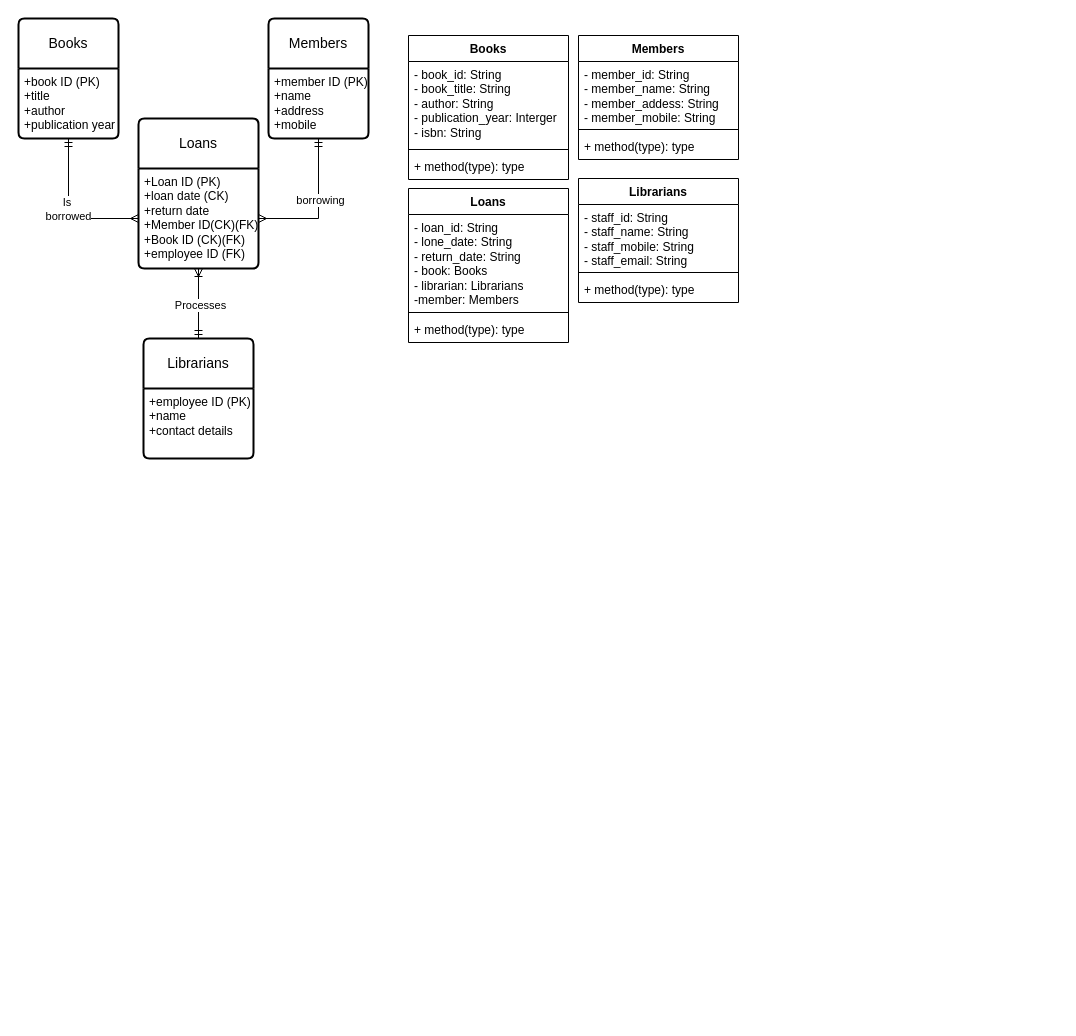
Earlier version of the draw.io diagram Library.drawio (GeorginaFox/at1). Source tidied: cells renumbered, new cells numbered last; positions are measured from the earlier drawing's top-left corner, leaving out a move shared by most shapes. Both pictures are drawn from the tidied source at 100%, with x=0, y=0 at pixel (18, 18).
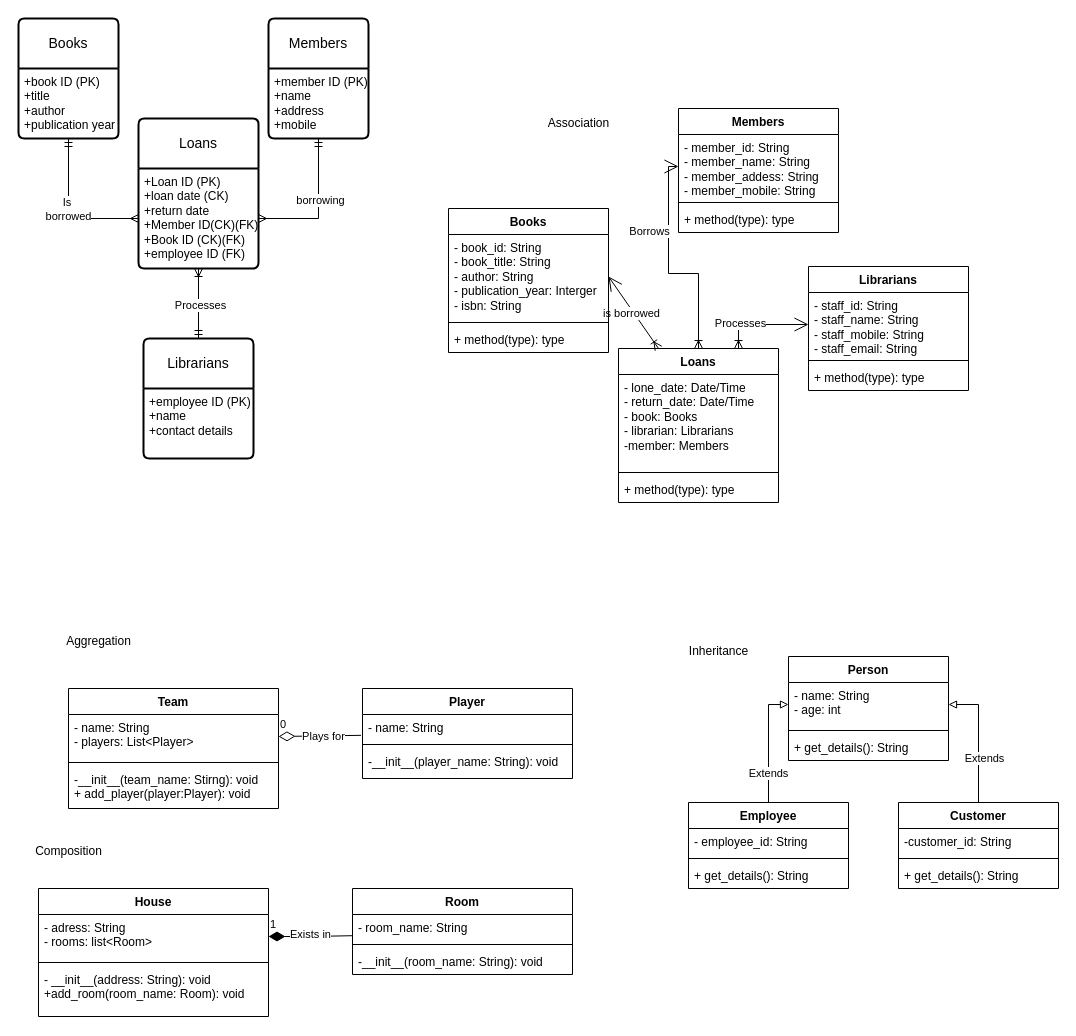
Above is the later version.

The change refers to these unchanged cells:
```xml
<mxCell id="17" value="- staff_id: String&amp;nbsp;&lt;div&gt;- staff_name: String&amp;nbsp;&lt;/div&gt;&lt;div&gt;- staff_mobile: String&lt;/div&gt;&lt;div&gt;- staff_email: String&lt;/div&gt;" style="text;strokeColor=none;fillColor=none;align=left;verticalAlign=top;spacingLeft=4;spacingRight=4;overflow=hidden;points=[[0,0.5],[1,0.5]];portConstraint=eastwest;whiteSpace=wrap;html=1;" parent="16" vertex="1">
  <mxGeometry y="26" width="160" height="64" as="geometry" />
</mxCell>
<mxCell id="25" value="- member_id: String&lt;div&gt;- member_name: String&lt;/div&gt;&lt;div&gt;- member_addess: String&lt;/div&gt;&lt;div&gt;- member_mobile: String&lt;/div&gt;" style="text;strokeColor=none;fillColor=none;align=left;verticalAlign=top;spacingLeft=4;spacingRight=4;overflow=hidden;points=[[0,0.5],[1,0.5]];portConstraint=eastwest;whiteSpace=wrap;html=1;" parent="24" vertex="1">
  <mxGeometry y="26" width="160" height="64" as="geometry" />
</mxCell>
<mxCell id="29" value="- book_id: String&lt;div&gt;- book_title: String&lt;/div&gt;&lt;div&gt;- author: String&lt;/div&gt;&lt;div&gt;- publication_year: Interger&lt;/div&gt;&lt;div&gt;- isbn: String&lt;/div&gt;" style="text;strokeColor=none;fillColor=none;align=left;verticalAlign=top;spacingLeft=4;spacingRight=4;overflow=hidden;points=[[0,0.5],[1,0.5]];portConstraint=eastwest;whiteSpace=wrap;html=1;" parent="28" vertex="1">
  <mxGeometry y="26" width="160" height="84" as="geometry" />
</mxCell>
```

Change to the diagram source:
```diff
@@
     <mxCell id="16" value="Librarians" style="swimlane;fontStyle=1;align=center;verticalAlign=top;horizontal=1;startSize=26;whiteSpace=wrap;html=1;" parent="1" vertex="1">
-      <mxGeometry x="560" y="160" width="160" height="124" as="geometry" />
+      <mxGeometry x="790" y="248" width="160" height="124" as="geometry" />
     </mxCell>
@@
     <mxCell id="20" value="Loans" style="swimlane;fontStyle=1;align=center;verticalAlign=top;horizontal=1;startSize=26;whiteSpace=wrap;html=1;" parent="1" vertex="1">
-      <mxGeometry x="390" y="170" width="160" height="154" as="geometry" />
+      <mxGeometry x="600" y="330" width="160" height="154" as="geometry" />
     </mxCell>
-    <mxCell id="21" value="- loan_id: String&lt;div&gt;- lone_date: String&lt;/div&gt;&lt;div&gt;- return_date: String&lt;/div&gt;&lt;div&gt;- book: Books&lt;/div&gt;&lt;div&gt;- librarian: Librarians&lt;/div&gt;&lt;div&gt;-member: Members&lt;/div&gt;" style="text;strokeColor=none;fillColor=none;align=left;verticalAlign=top;spacingLeft=4;spacingRight=4;overflow=hidden;whiteSpace=wrap;html=1;" parent="20" vertex="1">
+    <mxCell id="21" value="&lt;div&gt;- lone_date: Date/Time&lt;/div&gt;&lt;div&gt;- return_date: Date/Time&lt;/div&gt;&lt;div&gt;- book: Books&lt;/div&gt;&lt;div&gt;- librarian: Librarians&lt;/div&gt;&lt;div&gt;-member: Members&lt;/div&gt;" style="text;strokeColor=none;fillColor=none;align=left;verticalAlign=top;spacingLeft=4;spacingRight=4;overflow=hidden;whiteSpace=wrap;html=1;" parent="20" vertex="1">
       <mxGeometry y="26" width="160" height="94" as="geometry" />
     </mxCell>
@@
     <mxCell id="24" value="Members" style="swimlane;fontStyle=1;align=center;verticalAlign=top;horizontal=1;startSize=26;whiteSpace=wrap;html=1;" parent="1" vertex="1">
-      <mxGeometry x="560" y="17" width="160" height="124" as="geometry" />
+      <mxGeometry x="660" y="90" width="160" height="124" as="geometry" />
     </mxCell>
@@
+    <mxCell id="32" style="endArrow=open;endFill=1;endSize=12;html=1;rounded=0;exitX=0.25;exitY=0;exitDx=0;exitDy=0;entryX=1;entryY=0.5;entryDx=0;entryDy=0;startArrow=ERoneToMany;startFill=0;" parent="1" edge="1" source="20" target="29">
+      <mxGeometry relative="1" as="geometry" />
+    </mxCell>
+    <mxCell id="33" value="is borrowed" style="edgeLabel;html=1;align=center;verticalAlign=middle;" parent="32" vertex="1">
+      <mxGeometry x="0.03" y="2" relative="1" as="geometry" />
+    </mxCell>
     <mxCell id="28" value="Books" style="swimlane;fontStyle=1;align=center;verticalAlign=top;horizontal=1;startSize=26;whiteSpace=wrap;html=1;" parent="1" vertex="1">
-      <mxGeometry x="390" y="17" width="160" height="144" as="geometry" />
+      <mxGeometry x="430" y="190" width="160" height="144" as="geometry" />
     </mxCell>
@@
+    <mxCell id="34" style="endArrow=open;endFill=1;endSize=12;html=1;rounded=0;exitX=0.5;exitY=0;exitDx=0;exitDy=0;entryX=0;entryY=0.5;entryDx=0;entryDy=0;startArrow=ERoneToMany;startFill=0;edgeStyle=orthogonalEdgeStyle;" parent="1" edge="1" source="20" target="25">
+      <mxGeometry relative="1" as="geometry" />
+    </mxCell>
+    <mxCell id="35" value="Borrows" style="edgeLabel;html=1;align=center;verticalAlign=middle;" parent="34" vertex="1">
+      <mxGeometry x="0.29" y="1" relative="1" as="geometry">
+        <mxPoint x="-19" y="-5" as="offset" />
+      </mxGeometry>
+    </mxCell>
+    <mxCell id="36" style="endArrow=open;endFill=1;endSize=12;html=1;rounded=0;exitX=0.75;exitY=0;exitDx=0;exitDy=0;entryX=0;entryY=0.5;entryDx=0;entryDy=0;startArrow=ERoneToMany;startFill=0;edgeStyle=orthogonalEdgeStyle;" parent="1" edge="1" source="20" target="17">
+      <mxGeometry relative="1" as="geometry" />
+    </mxCell>
+    <mxCell id="37" value="Processes" style="edgeLabel;html=1;align=center;verticalAlign=middle;" parent="36" vertex="1">
+      <mxGeometry x="-0.04" relative="1" as="geometry">
+        <mxPoint x="-20" y="-2" as="offset" />
+      </mxGeometry>
+    </mxCell>
+    <mxCell id="38" value="Player" style="swimlane;fontStyle=1;align=center;verticalAlign=top;horizontal=1;startSize=26;whiteSpace=wrap;html=1;" parent="1" vertex="1">
+      <mxGeometry x="344" y="670" width="210" height="90" as="geometry" />
+    </mxCell>
+    <mxCell id="39" value="- name: String" style="text;strokeColor=none;fillColor=none;align=left;verticalAlign=top;spacingLeft=4;spacingRight=4;overflow=hidden;points=[[0,0.5],[1,0.5]];portConstraint=eastwest;whiteSpace=wrap;html=1;" parent="38" vertex="1">
+      <mxGeometry y="26" width="210" height="26" as="geometry" />
+    </mxCell>
+    <mxCell id="40" style="line;strokeWidth=1;fillColor=none;align=left;verticalAlign=middle;spacingTop=-1;spacingLeft=3;spacingRight=3;labelPosition=right;strokeColor=inherit;" parent="38" vertex="1">
+      <mxGeometry y="52" width="210" height="8" as="geometry" />
+    </mxCell>
+    <mxCell id="41" value="-__init__(player_name: String): void" style="text;strokeColor=none;fillColor=none;align=left;verticalAlign=top;spacingLeft=4;spacingRight=4;overflow=hidden;whiteSpace=wrap;html=1;" parent="38" vertex="1">
+      <mxGeometry y="60" width="210" height="30" as="geometry" />
+    </mxCell>
+    <mxCell id="42" value="Team" style="swimlane;fontStyle=1;align=center;verticalAlign=top;horizontal=1;startSize=26;whiteSpace=wrap;html=1;" parent="1" vertex="1">
+      <mxGeometry x="50" y="670" width="210" height="120" as="geometry" />
+    </mxCell>
+    <mxCell id="43" value="- name: String&lt;div&gt;- players: List&amp;lt;Player&amp;gt;&lt;br&gt;&lt;/div&gt;" style="text;strokeColor=none;fillColor=none;align=left;verticalAlign=top;spacingLeft=4;spacingRight=4;overflow=hidden;points=[[0,0.5],[1,0.5]];portConstraint=eastwest;whiteSpace=wrap;html=1;" parent="42" vertex="1">
+      <mxGeometry y="26" width="210" height="44" as="geometry" />
+    </mxCell>
+    <mxCell id="44" style="line;strokeWidth=1;fillColor=none;align=left;verticalAlign=middle;spacingTop=-1;spacingLeft=3;spacingRight=3;labelPosition=right;strokeColor=inherit;" parent="42" vertex="1">
+      <mxGeometry y="70" width="210" height="8" as="geometry" />
+    </mxCell>
+    <mxCell id="45" value="&lt;div&gt;-__init__(team_name: Stirng): void&lt;/div&gt;+ add_player(player:Player): void" style="text;strokeColor=none;fillColor=none;align=left;verticalAlign=top;spacingLeft=4;spacingRight=4;overflow=hidden;whiteSpace=wrap;html=1;" parent="42" vertex="1">
+      <mxGeometry y="78" width="210" height="42" as="geometry" />
+    </mxCell>
+    <mxCell id="46" value="0" style="endArrow=none;html=1;endSize=12;startArrow=diamondThin;startSize=14;startFill=0;align=left;verticalAlign=bottom;rounded=0;exitX=1;exitY=0.5;exitDx=0;exitDy=0;entryX=-0.007;entryY=0.801;entryDx=0;entryDy=0;endFill=0;entryPerimeter=0;" parent="1" edge="1" source="43" target="39">
+      <mxGeometry x="-1" y="3" relative="1" as="geometry" />
+    </mxCell>
+    <mxCell id="47" value="Plays for" style="edgeLabel;html=1;align=center;verticalAlign=middle;" parent="46" vertex="1">
+      <mxGeometry x="0.1" relative="1" as="geometry" />
+    </mxCell>
+    <mxCell id="48" value="Aggregation" style="text;html=1;align=center;verticalAlign=middle;strokeColor=none;fillColor=none;" parent="1" vertex="1">
+      <mxGeometry x="35" y="608" width="90" height="30" as="geometry" />
+    </mxCell>
+    <mxCell id="49" value="Composition" style="text;html=1;align=center;verticalAlign=middle;strokeColor=none;fillColor=none;" parent="1" vertex="1">
+      <mxGeometry x="5" y="818" width="90" height="30" as="geometry" />
+    </mxCell>
+    <mxCell id="50" value="Room" style="swimlane;fontStyle=1;align=center;verticalAlign=top;horizontal=1;startSize=26;whiteSpace=wrap;html=1;" parent="1" vertex="1">
+      <mxGeometry x="334" y="870" width="220" height="86" as="geometry" />
+    </mxCell>
+    <mxCell id="51" value="- room_name: String" style="text;strokeColor=none;fillColor=none;align=left;verticalAlign=top;spacingLeft=4;spacingRight=4;overflow=hidden;points=[[0,0.5],[1,0.5]];portConstraint=eastwest;whiteSpace=wrap;html=1;" parent="50" vertex="1">
+      <mxGeometry y="26" width="220" height="26" as="geometry" />
+    </mxCell>
+    <mxCell id="52" style="line;strokeWidth=1;fillColor=none;align=left;verticalAlign=middle;spacingTop=-1;spacingLeft=3;spacingRight=3;labelPosition=right;strokeColor=inherit;" parent="50" vertex="1">
+      <mxGeometry y="52" width="220" height="8" as="geometry" />
+    </mxCell>
+    <mxCell id="53" value="-__init__(room_name: String): void" style="text;strokeColor=none;fillColor=none;align=left;verticalAlign=top;spacingLeft=4;spacingRight=4;overflow=hidden;whiteSpace=wrap;html=1;" parent="50" vertex="1">
+      <mxGeometry y="60" width="220" height="26" as="geometry" />
+    </mxCell>
+    <mxCell id="54" value="House" style="swimlane;fontStyle=1;align=center;verticalAlign=top;horizontal=1;startSize=26;whiteSpace=wrap;html=1;" parent="1" vertex="1">
+      <mxGeometry x="20" y="870" width="230" height="128" as="geometry" />
+    </mxCell>
+    <mxCell id="55" value="- adress: String&lt;div&gt;- rooms: list&amp;lt;Room&amp;gt;&lt;/div&gt;" style="text;strokeColor=none;fillColor=none;align=left;verticalAlign=top;spacingLeft=4;spacingRight=4;overflow=hidden;points=[[0,0.5],[1,0.5]];portConstraint=eastwest;whiteSpace=wrap;html=1;" parent="54" vertex="1">
+      <mxGeometry y="26" width="230" height="44" as="geometry" />
+    </mxCell>
+    <mxCell id="56" style="line;strokeWidth=1;fillColor=none;align=left;verticalAlign=middle;spacingTop=-1;spacingLeft=3;spacingRight=3;labelPosition=right;strokeColor=inherit;" parent="54" vertex="1">
+      <mxGeometry y="70" width="230" height="8" as="geometry" />
+    </mxCell>
+    <mxCell id="57" value="- __init__(address: String): void&lt;div&gt;+add_room(room_name: Room): void&lt;/div&gt;" style="text;strokeColor=none;fillColor=none;align=left;verticalAlign=top;spacingLeft=4;spacingRight=4;overflow=hidden;whiteSpace=wrap;html=1;" parent="54" vertex="1">
+      <mxGeometry y="78" width="230" height="50" as="geometry" />
+    </mxCell>
+    <mxCell id="58" value="1" style="endArrow=none;html=1;endSize=12;startArrow=diamondThin;startSize=14;startFill=1;edgeStyle=orthogonalEdgeStyle;align=left;verticalAlign=bottom;rounded=0;exitX=1;exitY=0.5;exitDx=0;exitDy=0;entryX=0.001;entryY=0.815;entryDx=0;entryDy=0;entryPerimeter=0;endFill=0;" parent="1" edge="1" source="55" target="51">
+      <mxGeometry x="-1" y="3" relative="1" as="geometry" />
+    </mxCell>
+    <mxCell id="59" value="Exists in" style="edgeLabel;html=1;align=center;verticalAlign=middle;" parent="58" vertex="1">
+      <mxGeometry x="0.01" y="2" relative="1" as="geometry">
+        <mxPoint x="-1" as="offset" />
+      </mxGeometry>
+    </mxCell>
+    <mxCell id="60" value="Association" style="text;html=1;align=center;verticalAlign=middle;strokeColor=none;fillColor=none;" parent="1" vertex="1">
+      <mxGeometry x="520" y="90" width="80" height="30" as="geometry" />
+    </mxCell>
+    <mxCell id="61" value="Inheritance" style="text;html=1;align=center;verticalAlign=middle;strokeColor=none;fillColor=none;" parent="1" vertex="1">
+      <mxGeometry x="660" y="618" width="80" height="30" as="geometry" />
+    </mxCell>
+    <mxCell id="62" style="edgeStyle=orthogonalEdgeStyle;rounded=0;jettySize=auto;html=1;exitX=0.5;exitY=0;exitDx=0;exitDy=0;entryX=1;entryY=0.5;entryDx=0;entryDy=0;endArrow=block;endFill=0;" parent="1" edge="1" source="64" target="75">
+      <mxGeometry relative="1" as="geometry" />
+    </mxCell>
+    <mxCell id="63" value="Extends" style="edgeLabel;html=1;align=center;verticalAlign=middle;" parent="62" vertex="1">
+      <mxGeometry x="-0.29" y="-5" relative="1" as="geometry" />
+    </mxCell>
+    <mxCell id="64" value="Customer" style="swimlane;fontStyle=1;align=center;verticalAlign=top;horizontal=1;startSize=26;whiteSpace=wrap;html=1;" parent="1" vertex="1">
+      <mxGeometry x="880" y="784" width="160" height="86" as="geometry" />
+    </mxCell>
+    <mxCell id="65" value="-customer_id: String" style="text;strokeColor=none;fillColor=none;align=left;verticalAlign=top;spacingLeft=4;spacingRight=4;overflow=hidden;whiteSpace=wrap;html=1;" parent="64" vertex="1">
+      <mxGeometry y="26" width="160" height="26" as="geometry" />
+    </mxCell>
+    <mxCell id="66" style="line;strokeWidth=1;fillColor=none;align=left;verticalAlign=middle;spacingTop=-1;spacingLeft=3;spacingRight=3;labelPosition=right;strokeColor=inherit;" parent="64" vertex="1">
+      <mxGeometry y="52" width="160" height="8" as="geometry" />
+    </mxCell>
+    <mxCell id="67" value="+ get_details(): String" style="text;strokeColor=none;fillColor=none;align=left;verticalAlign=top;spacingLeft=4;spacingRight=4;overflow=hidden;whiteSpace=wrap;html=1;" parent="64" vertex="1">
+      <mxGeometry y="60" width="160" height="26" as="geometry" />
+    </mxCell>
+    <mxCell id="68" style="edgeStyle=orthogonalEdgeStyle;rounded=0;jettySize=auto;html=1;exitX=0.5;exitY=0;exitDx=0;exitDy=0;entryX=0;entryY=0.5;entryDx=0;entryDy=0;endArrow=block;endFill=0;" parent="1" edge="1" source="70" target="75">
+      <mxGeometry relative="1" as="geometry" />
+    </mxCell>
+    <mxCell id="69" value="Extends" style="edgeLabel;html=1;align=center;verticalAlign=middle;" parent="68" vertex="1">
+      <mxGeometry x="-0.49" y="1" relative="1" as="geometry" />
+    </mxCell>
+    <mxCell id="70" value="Employee" style="swimlane;fontStyle=1;align=center;verticalAlign=top;horizontal=1;startSize=26;whiteSpace=wrap;html=1;" parent="1" vertex="1">
+      <mxGeometry x="670" y="784" width="160" height="86" as="geometry" />
+    </mxCell>
+    <mxCell id="71" value="- employee_id: String" style="text;strokeColor=none;fillColor=none;align=left;verticalAlign=top;spacingLeft=4;spacingRight=4;overflow=hidden;whiteSpace=wrap;html=1;" parent="70" vertex="1">
+      <mxGeometry y="26" width="160" height="26" as="geometry" />
+    </mxCell>
+    <mxCell id="72" style="line;strokeWidth=1;fillColor=none;align=left;verticalAlign=middle;spacingTop=-1;spacingLeft=3;spacingRight=3;labelPosition=right;strokeColor=inherit;" parent="70" vertex="1">
+      <mxGeometry y="52" width="160" height="8" as="geometry" />
+    </mxCell>
+    <mxCell id="73" value="+ get_details(): String" style="text;strokeColor=none;fillColor=none;align=left;verticalAlign=top;spacingLeft=4;spacingRight=4;overflow=hidden;whiteSpace=wrap;html=1;" parent="70" vertex="1">
+      <mxGeometry y="60" width="160" height="26" as="geometry" />
+    </mxCell>
+    <mxCell id="74" value="Person" style="swimlane;fontStyle=1;align=center;verticalAlign=top;horizontal=1;startSize=26;whiteSpace=wrap;html=1;" parent="1" vertex="1">
+      <mxGeometry x="770" y="638" width="160" height="104" as="geometry" />
+    </mxCell>
+    <mxCell id="75" value="- name: String&lt;div&gt;- age: int&lt;/div&gt;" style="text;strokeColor=none;fillColor=none;align=left;verticalAlign=top;spacingLeft=4;spacingRight=4;overflow=hidden;points=[[0,0.5],[1,0.5]];portConstraint=eastwest;whiteSpace=wrap;html=1;" parent="74" vertex="1">
+      <mxGeometry y="26" width="160" height="44" as="geometry" />
+    </mxCell>
+    <mxCell id="76" style="line;strokeWidth=1;fillColor=none;align=left;verticalAlign=middle;spacingTop=-1;spacingLeft=3;spacingRight=3;labelPosition=right;strokeColor=inherit;" parent="74" vertex="1">
+      <mxGeometry y="70" width="160" height="8" as="geometry" />
+    </mxCell>
+    <mxCell id="77" value="+ get_details(): String" style="text;strokeColor=none;fillColor=none;align=left;verticalAlign=top;spacingLeft=4;spacingRight=4;overflow=hidden;whiteSpace=wrap;html=1;" parent="74" vertex="1">
+      <mxGeometry y="78" width="160" height="26" as="geometry" />
+    </mxCell>
```
